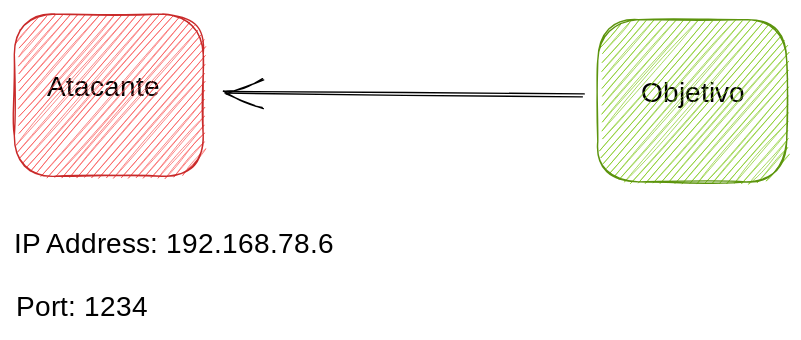
This is .gitbook/assets/file.excalidraw (2).svg from 4c65a/Great-Hacker-GitBook, a Excalidraw export, as it was before one commit. Source tidied: one line per element, renumbered; positions are measured from the earlier drawing's top-left corner, leaving out a move shared by most shapes.
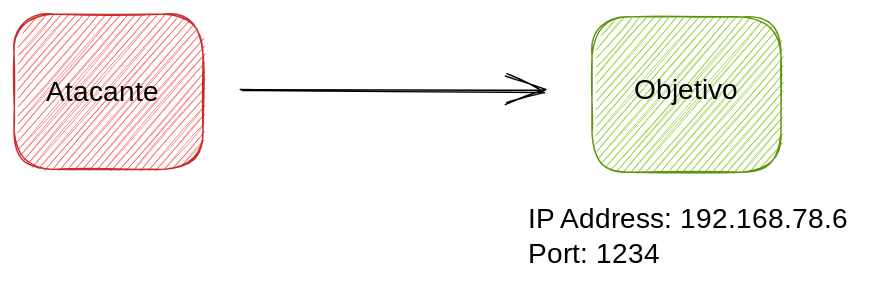
The same diagram one commit later.

What changed in the source:
```diff
@@ -1,7 +1,6 @@
+{"id": 7, "type": "rectangle", "strokeColor": "#c92a2a", "backgroundColor": "#fa5252", "fillStyle": "hachure", "strokeWidth": 1, "roughness": 1, "round": true, "x": 17, "y": 139, "width": 135, "height": 111}
+{"id": 8, "type": "rectangle", "strokeColor": "#5c940d", "backgroundColor": "#82c91e", "fillStyle": "hachure", "strokeWidth": 1, "roughness": 1, "round": true, "x": 430, "y": 141, "width": 135, "height": 111}
+{"id": 9, "type": "arrow", "strokeColor": "#000000", "strokeWidth": 1, "roughness": 1, "endArrowhead": "arrow", "round": true, "x": 180, "y": 193, "width": 215, "height": 1, "points": [[0, 0], [215, 1]]}
-{"id": 0, "type": "text", "text": "Objetivo", "strokeColor": "#000000", "strokeWidth": 1, "roughness": 1, "fontSize": 20, "fontFamily": 1, "x": 448, "y": 45, "width": 79, "height": 25}
+{"id": 0, "type": "text", "text": "Objetivo", "strokeColor": "#000000", "strokeWidth": 1, "roughness": 1, "fontSize": 20, "fontFamily": 1, "x": 460, "y": 182, "width": 79, "height": 25}
-{"id": 1, "type": "text", "text": "Atacante", "strokeColor": "#000000", "strokeWidth": 1, "roughness": 1, "fontSize": 20, "fontFamily": 1, "x": 23, "y": 41, "width": 93, "height": 25}
+{"id": 1, "type": "text", "text": "Atacante", "strokeColor": "#000000", "strokeWidth": 1, "roughness": 1, "fontSize": 20, "fontFamily": 1, "x": 40, "y": 183, "width": 93, "height": 25}
-{"id": 2, "type": "text", "text": "IP Address: 192.168.78.6", "strokeColor": "#000000", "strokeWidth": 1, "roughness": 1, "fontSize": 20, "fontFamily": 1, "x": 0, "y": 153, "width": 247, "height": 25}
-{"id": 3, "type": "rectangle", "strokeColor": "#c92a2a", "backgroundColor": "#fa5252", "fillStyle": "hachure", "strokeWidth": 1, "roughness": 1, "round": true, "x": 0, "y": 0, "width": 135, "height": 116}
-{"id": 4, "type": "rectangle", "strokeColor": "#5c940d", "backgroundColor": "#82c91e", "fillStyle": "hachure", "strokeWidth": 1, "roughness": 1, "round": true, "x": 417, "y": 4, "width": 135, "height": 116}
-{"id": 5, "type": "text", "text": "Port: 1234", "strokeColor": "#000000", "strokeWidth": 1, "roughness": 1, "fontSize": 20, "fontFamily": 1, "x": 1, "y": 198, "width": 105, "height": 25}
-{"id": 6, "type": "arrow", "strokeColor": "#000000", "strokeWidth": 1, "roughness": 1, "endArrowhead": "arrow", "round": true, "from": 4, "to": 3, "x": 407, "y": 58, "width": 255, "height": 2, "points": [[0, 0], [-255, -2]]}
+{"id": 10, "type": "text", "text": "IP Address: 192.168.78.6\nPort: 1234", "strokeColor": "#000000", "strokeWidth": 1, "roughness": 1, "fontSize": 20, "fontFamily": 1, "x": 384, "y": 274, "width": 247, "height": 50}
```
